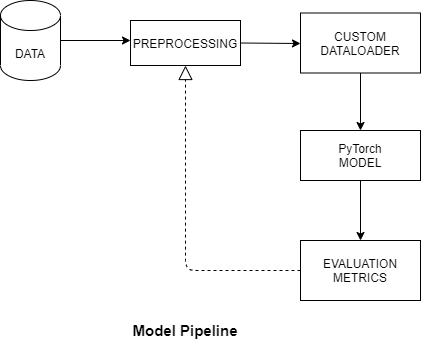
Before: author_identification/images/model_pipeline.png, a diagram exported from draw.io (AshishSinha5/misc). Source tidied: cells renumbered, new cells last; positions are measured from the earlier drawing's top-left corner, leaving out a move shared by most shapes. The source it was exported from:
```xml
<mxGraphModel>
  <root>
    <mxCell id="0" />
    <mxCell id="1" parent="0" />
    <mxCell id="2" value="DATA" style="shape=cylinder3;whiteSpace=wrap;html=1;boundedLbl=1;backgroundOutline=1;size=15;" parent="1" vertex="1">
      <mxGeometry width="60" height="80" as="geometry" />
    </mxCell>
    <mxCell id="3" style="endArrow=classic;html=1;exitX=1;exitY=0.5;exitDx=0;exitDy=0;exitPerimeter=0;" parent="1" edge="1" source="2">
      <mxGeometry relative="1" as="geometry">
        <mxPoint x="130" y="40" as="targetPoint" />
      </mxGeometry>
    </mxCell>
    <mxCell id="4" value="PREPROCESSING" style="rounded=0;whiteSpace=wrap;html=1;" parent="1" vertex="1">
      <mxGeometry x="130" y="20" width="110" height="45" as="geometry" />
    </mxCell>
    <mxCell id="5" style="endArrow=classic;html=1;exitX=1;exitY=0.5;exitDx=0;exitDy=0;" parent="1" edge="1" source="4">
      <mxGeometry relative="1" as="geometry">
        <mxPoint x="300" y="43" as="targetPoint" />
      </mxGeometry>
    </mxCell>
    <mxCell id="6" style="edgeStyle=orthogonalEdgeStyle;rounded=0;jettySize=auto;html=1;exitX=0.5;exitY=1;exitDx=0;exitDy=0;" parent="1" edge="1" source="7" target="9">
      <mxGeometry relative="1" as="geometry" />
    </mxCell>
    <mxCell id="7" value="CUSTOM DATALOADER" style="rounded=0;whiteSpace=wrap;html=1;" parent="1" vertex="1">
      <mxGeometry x="300" y="12.5" width="120" height="60" as="geometry" />
    </mxCell>
    <mxCell id="8" style="edgeStyle=orthogonalEdgeStyle;rounded=0;jettySize=auto;html=1;exitX=0.5;exitY=1;exitDx=0;exitDy=0;" parent="1" edge="1" source="9">
      <mxGeometry relative="1" as="geometry">
        <mxPoint x="360" y="240" as="targetPoint" />
      </mxGeometry>
    </mxCell>
    <mxCell id="9" value="PyTorch&lt;br&gt;MODEL" style="rounded=0;whiteSpace=wrap;html=1;" parent="1" vertex="1">
      <mxGeometry x="300" y="130" width="120" height="50" as="geometry" />
    </mxCell>
    <mxCell id="10" value="EVALUATION METRICS" style="rounded=0;whiteSpace=wrap;html=1;" parent="1" vertex="1">
      <mxGeometry x="300" y="240" width="120" height="60" as="geometry" />
    </mxCell>
    <mxCell id="11" style="endArrow=block;dashed=1;endFill=0;endSize=12;html=1;entryX=0.5;entryY=1;entryDx=0;entryDy=0;exitX=0;exitY=0.5;exitDx=0;exitDy=0;" parent="1" edge="1" source="10" target="4">
      <mxGeometry relative="1" as="geometry">
        <Array as="points">
          <mxPoint x="185" y="270" />
          <mxPoint x="185" y="210" />
        </Array>
      </mxGeometry>
    </mxCell>
    <mxCell id="12" value="&lt;b&gt;&lt;font style=&quot;font-size: 15px&quot;&gt;Model Pipeline&lt;/font&gt;&lt;/b&gt;" style="text;html=1;strokeColor=none;fillColor=none;align=center;verticalAlign=middle;whiteSpace=wrap;rounded=0;" parent="1" vertex="1">
      <mxGeometry x="115" y="320" width="140" height="20" as="geometry" />
    </mxCell>
  </root>
</mxGraphModel>
```
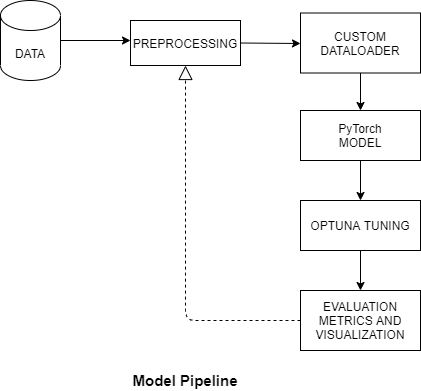
The same diagram one commit later.

What changed in the source:
```diff
@@ -26,25 +26,30 @@
     </mxCell>
     <mxCell id="8" style="edgeStyle=orthogonalEdgeStyle;rounded=0;jettySize=auto;html=1;exitX=0.5;exitY=1;exitDx=0;exitDy=0;" parent="1" edge="1" source="9">
       <mxGeometry relative="1" as="geometry">
-        <mxPoint x="360" y="240" as="targetPoint" />
+        <mxPoint x="360" y="200" as="targetPoint" />
       </mxGeometry>
     </mxCell>
     <mxCell id="9" value="PyTorch&lt;br&gt;MODEL" style="rounded=0;whiteSpace=wrap;html=1;" parent="1" vertex="1">
-      <mxGeometry x="300" y="130" width="120" height="50" as="geometry" />
+      <mxGeometry x="300" y="110" width="120" height="50" as="geometry" />
     </mxCell>
-    <mxCell id="10" value="EVALUATION METRICS" style="rounded=0;whiteSpace=wrap;html=1;" parent="1" vertex="1">
-      <mxGeometry x="300" y="240" width="120" height="60" as="geometry" />
+    <mxCell id="10" value="OPTUNA TUNING" style="rounded=0;whiteSpace=wrap;html=1;" parent="1" vertex="1">
+      <mxGeometry x="300" y="200" width="120" height="50" as="geometry" />
     </mxCell>
-    <mxCell id="11" style="endArrow=block;dashed=1;endFill=0;endSize=12;html=1;entryX=0.5;entryY=1;entryDx=0;entryDy=0;exitX=0;exitY=0.5;exitDx=0;exitDy=0;" parent="1" edge="1" source="10" target="4">
-      <mxGeometry relative="1" as="geometry">
-        <Array as="points">
-          <mxPoint x="185" y="270" />
-          <mxPoint x="185" y="210" />
-        </Array>
-      </mxGeometry>
-    </mxCell>
     <mxCell id="12" value="&lt;b&gt;&lt;font style=&quot;font-size: 15px&quot;&gt;Model Pipeline&lt;/font&gt;&lt;/b&gt;" style="text;html=1;strokeColor=none;fillColor=none;align=center;verticalAlign=middle;whiteSpace=wrap;rounded=0;" parent="1" vertex="1">
-      <mxGeometry x="115" y="320" width="140" height="20" as="geometry" />
+      <mxGeometry x="115" y="370" width="140" height="20" as="geometry" />
     </mxCell>
+    <mxCell id="13" value="EVALUATION METRICS AND VISUALIZATION" style="rounded=0;whiteSpace=wrap;html=1;" parent="1" vertex="1">
+      <mxGeometry x="300" y="290" width="120" height="60" as="geometry" />
+    </mxCell>
+    <mxCell id="14" style="endArrow=classic;html=1;exitX=0.5;exitY=1;exitDx=0;exitDy=0;entryX=0.5;entryY=0;entryDx=0;entryDy=0;" parent="1" edge="1" source="10" target="13">
+      <mxGeometry relative="1" as="geometry" />
+    </mxCell>
+    <mxCell id="15" style="endArrow=block;dashed=1;endFill=0;endSize=12;html=1;exitX=0;exitY=0.5;exitDx=0;exitDy=0;" parent="1" edge="1" source="13" target="4">
+      <mxGeometry relative="1" as="geometry">
+        <Array as="points">
+          <mxPoint x="185" y="320" />
+        </Array>
+      </mxGeometry>
+    </mxCell>
   </root>
 </mxGraphModel>
```
